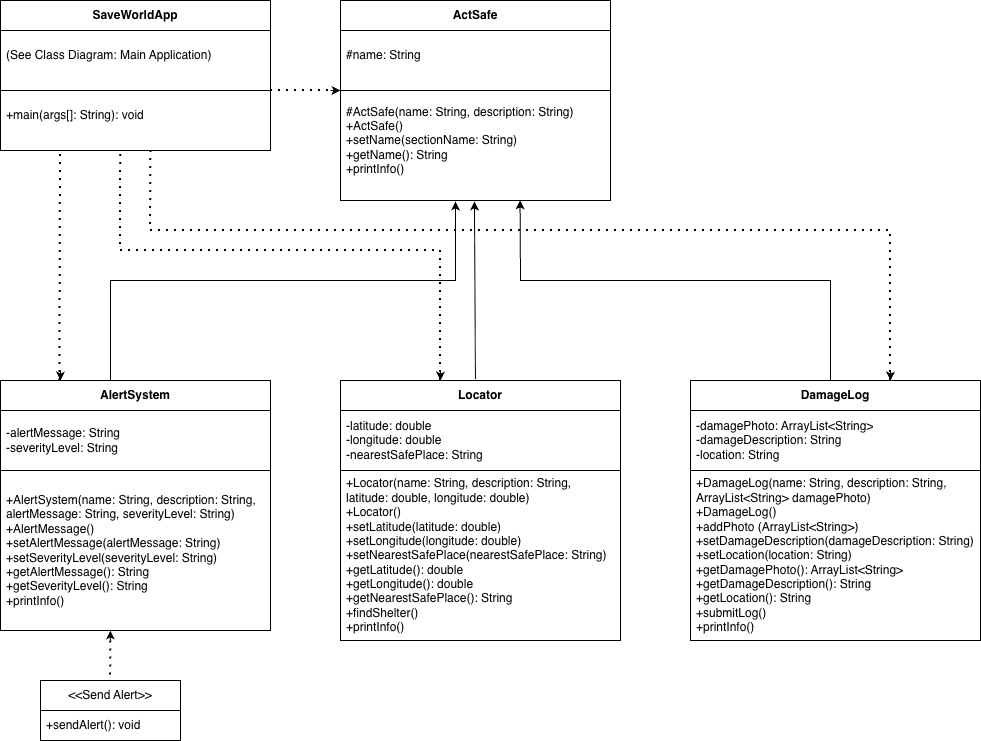
Above: ActSafe.png in Namuun612/OOP2025 (draw.io), before the change. Source tidied: cells renumbered, new cells last; positions are measured from the earlier drawing's top-left corner, leaving out a move shared by most shapes.
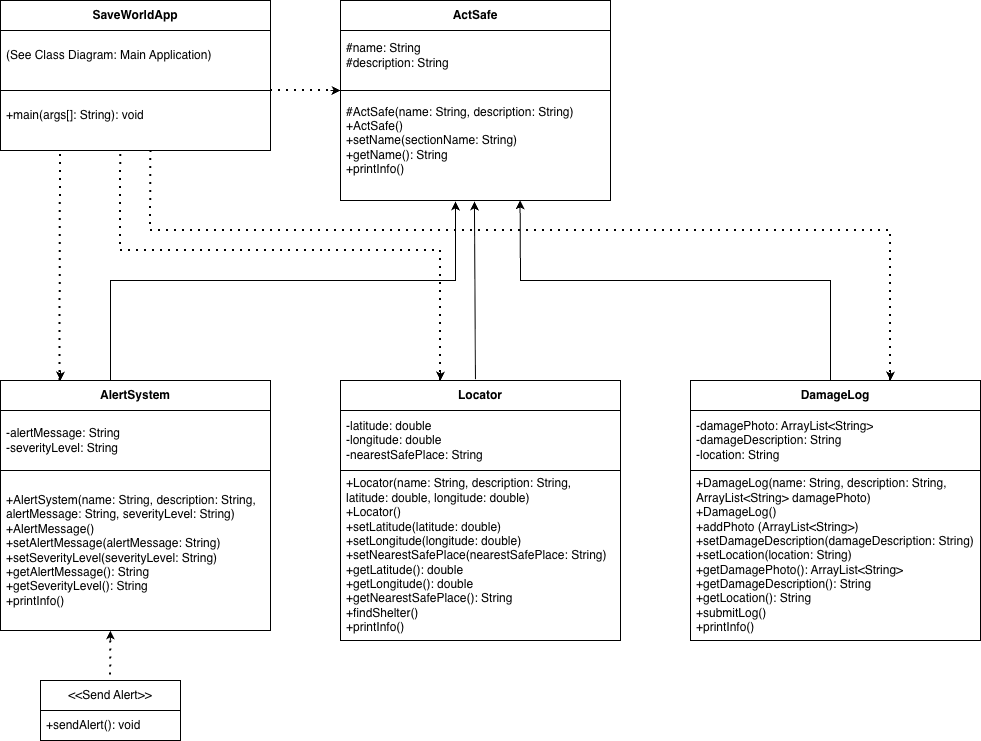
After the change.

Diff of the diagram source:
```diff
@@ -5,7 +5,7 @@
     <mxCell id="2" value="List" style="swimlane;fontStyle=0;horizontal=1;startSize=30;whiteSpace=wrap;html=1;" parent="1" vertex="1">
       <mxGeometry x="340" width="270" height="200" as="geometry" />
     </mxCell>
-    <mxCell id="3" value="#name: String" style="text;strokeColor=none;fillColor=none;align=left;verticalAlign=middle;spacingLeft=4;spacingRight=4;overflow=hidden;whiteSpace=wrap;html=1;" parent="2" vertex="1">
+    <mxCell id="3" value="#name: String&lt;div&gt;#description: String&lt;/div&gt;" style="text;strokeColor=none;fillColor=none;align=left;verticalAlign=middle;spacingLeft=4;spacingRight=4;overflow=hidden;whiteSpace=wrap;html=1;" parent="2" vertex="1">
       <mxGeometry y="30" width="270" height="50" as="geometry" />
     </mxCell>
     <mxCell id="4" value="&lt;div&gt;#ActSafe(name:&amp;nbsp;&lt;span style=&quot;background-color: transparent; color: light-dark(rgb(0, 0, 0), rgb(255, 255, 255));&quot;&gt;String&lt;/span&gt;&lt;span style=&quot;background-color: transparent; color: light-dark(rgb(0, 0, 0), rgb(255, 255, 255));&quot;&gt;, description:&amp;nbsp;&lt;/span&gt;&lt;span style=&quot;background-color: transparent; color: light-dark(rgb(0, 0, 0), rgb(255, 255, 255));&quot;&gt;String&lt;/span&gt;&lt;span style=&quot;background-color: transparent; color: light-dark(rgb(0, 0, 0), rgb(255, 255, 255));&quot;&gt;)&lt;/span&gt;&lt;/div&gt;&lt;div&gt;+ActSafe()&lt;/div&gt;+setName(sectionName: String)&lt;div&gt;+getName(): String&lt;/div&gt;&lt;div&gt;+printInfo()&lt;/div&gt;" style="text;strokeColor=none;fillColor=none;align=left;verticalAlign=middle;spacingLeft=4;spacingRight=4;overflow=hidden;points=[[0,0.5],[1,0.5]];portConstraint=eastwest;whiteSpace=wrap;html=1;" parent="2" vertex="1">
```
